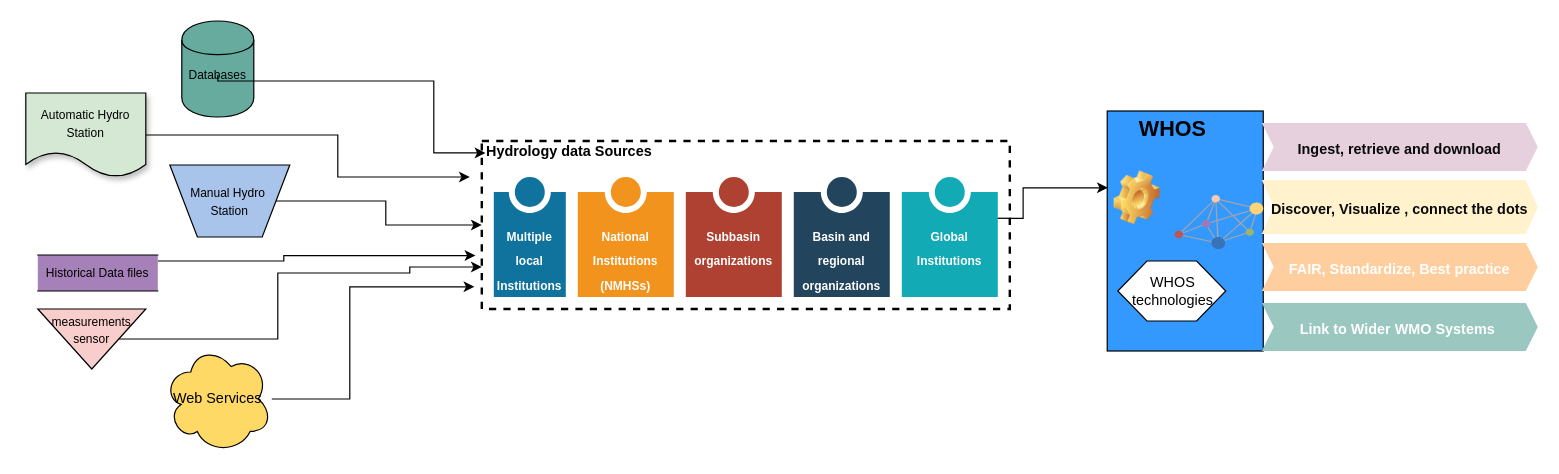
This is page "WHOS data sources" (2 of 13) of whos-architecture/WHOS New.drawio from wmo-im/tt-w4h, a draw.io file, before an edit. Source tidied: cells renumbered, new cells numbered last; positions are measured from the earlier drawing's top-left corner, leaving out a move shared by most shapes. Both pictures are drawn from the tidied source at 120%, with x=0, y=0 at pixel (25, 20).
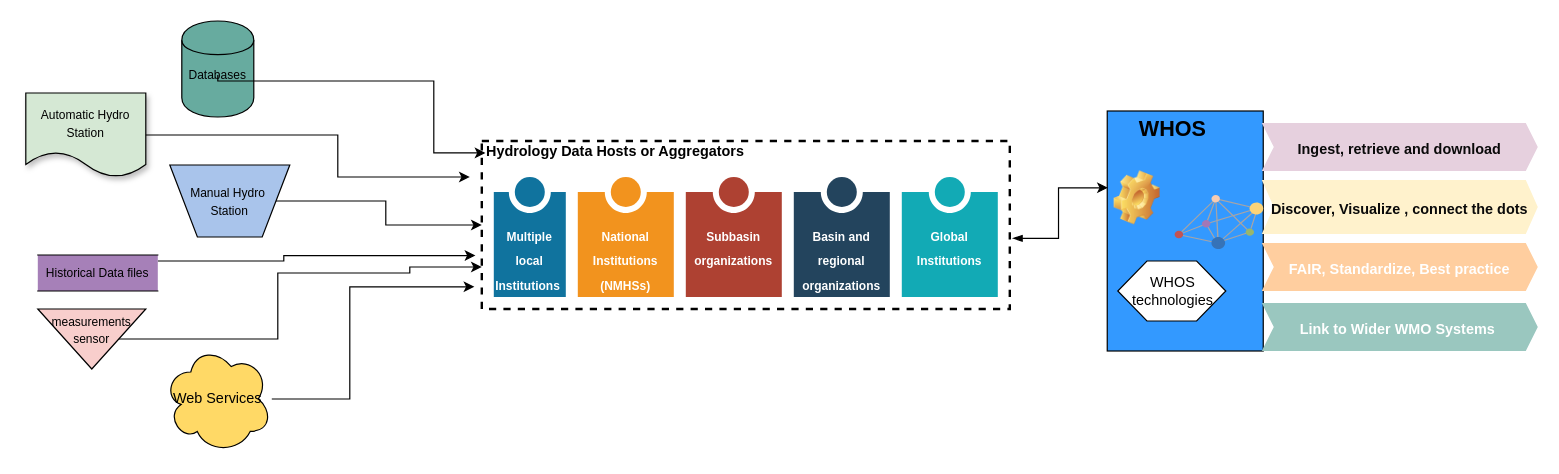
The same page after the edit.

Unchanged cells that the change refers to:
```xml
<mxCell id="2" style="html=1;dashed=0;whiteSpace=wrap;fillColor=#3399FF;" parent="1" vertex="1">
  <mxGeometry x="901.2" y="75" width="130" height="200" as="geometry" />
</mxCell>
```

Change to the diagram source:
```diff
@@
-    <mxCell id="11" style="edgeStyle=orthogonalEdgeStyle;rounded=0;jettySize=auto;html=1;entryX=0.004;entryY=0.32;entryDx=0;entryDy=0;entryPerimeter=0;" parent="1" edge="1" target="2">
-      <mxGeometry relative="1" as="geometry">
-        <mxPoint x="760" y="164" as="sourcePoint" />
-      </mxGeometry>
+    <mxCell id="11" style="edgeStyle=orthogonalEdgeStyle;rounded=0;jettySize=auto;html=1;entryX=0.004;entryY=0.32;entryDx=0;entryDy=0;entryPerimeter=0;exitX=1.005;exitY=0.579;exitDx=0;exitDy=0;exitPerimeter=0;startArrow=blockThin;startFill=1;" parent="1" edge="1" source="12" target="2">
+      <mxGeometry relative="1" as="geometry" />
     </mxCell>
-    <mxCell id="12" value="&lt;font color=&quot;#000000&quot;&gt;Hydrology data Sources&lt;/font&gt;" style="html=1;fontColor=#FF3333;fontStyle=1;align=left;verticalAlign=top;spacing=0;labelBorderColor=none;fillColor=none;dashed=1;strokeWidth=2;strokeColor=#000000;spacingLeft=4;spacingTop=-3;" parent="1" vertex="1">
+    <mxCell id="12" value="&lt;font color=&quot;#000000&quot;&gt;Hydrology Data Hosts or Aggregators&lt;/font&gt;" style="html=1;fontColor=#FF3333;fontStyle=1;align=left;verticalAlign=top;spacing=0;labelBorderColor=none;fillColor=none;dashed=1;strokeWidth=2;strokeColor=#000000;spacingLeft=4;spacingTop=-3;" parent="1" vertex="1">
       <mxGeometry x="380" y="100" width="440" height="140" as="geometry" />
     </mxCell>
@@
-    <mxCell id="18" value="&lt;font style=&quot;font-size: 10px;&quot;&gt;Multiple local Institutions&lt;/font&gt;" style="verticalLabelPosition=middle;verticalAlign=top;html=1;shape=mxgraph.infographic.numberedEntryVert;dy=25;strokeColor=none;fontSize=17;fontColor=#FFFFFF;align=center;labelPosition=center;spacingTop=32;fontStyle=1;whiteSpace=wrap;fillColor=#10739E;" parent="1" vertex="1">
+    <mxCell id="18" value="&lt;font style=&quot;font-size: 10px;&quot;&gt;Multiple local Institutions&amp;nbsp;&lt;/font&gt;" style="verticalLabelPosition=middle;verticalAlign=top;html=1;shape=mxgraph.infographic.numberedEntryVert;dy=25;strokeColor=none;fontSize=17;fontColor=#FFFFFF;align=center;labelPosition=center;spacingTop=32;fontStyle=1;whiteSpace=wrap;fillColor=#10739E;" parent="1" vertex="1">
       <mxGeometry x="390" y="130" width="60" height="100" as="geometry" />
     </mxCell>
```
